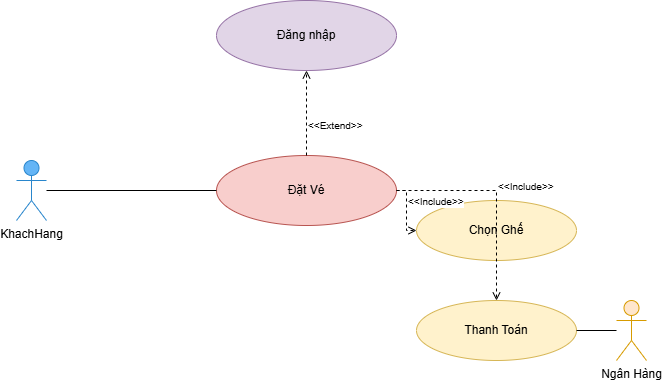
MinhVy1324/Booking_Film keeps this draw.io diagram as DIAGRAM/usecase-booking.png. Above is the earlier version. Source tidied: cells renumbered, new cells last; positions are measured from the earlier drawing's top-left corner, leaving out a move shared by most shapes.
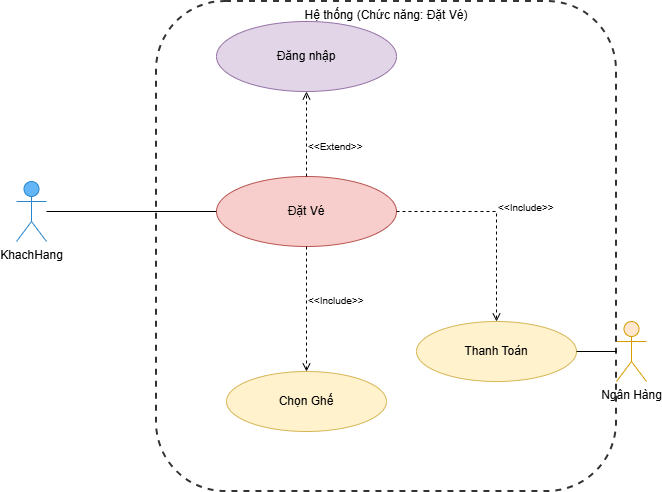
The same diagram one commit later.

The edit, as a diff of the source:
```diff
@@ -8,6 +8,9 @@
     <mxCell id="3" value="Ngân Hàng" style="shape=umlActor;verticalLabelPosition=bottom;verticalAlign=top;html=1;outlineConnect=0;fillColor=#ffe6cc;strokeColor=#d79b00;" parent="1" vertex="1">
       <mxGeometry x="600" y="300" width="30" height="60" as="geometry" />
     </mxCell>
+    <mxCell id="13" value="Hệ thống (Chức năng: Đặt Vé)" style="rounded=1;whiteSpace=wrap;html=1;dashed=1;strokeWidth=2;verticalAlign=top;fillColor=none;strokeColor=#333333;" parent="1" vertex="1">
+      <mxGeometry x="140" y="-20" width="460" height="490" as="geometry" />
+    </mxCell>
     <mxCell id="4" value="Đăng nhập" style="ellipse;whiteSpace=wrap;html=1;fillColor=#e1d5e7;strokeColor=#9673a6;" parent="1" vertex="1">
       <mxGeometry x="200" width="180" height="70" as="geometry" />
     </mxCell>
@@ -15,7 +18,7 @@
       <mxGeometry x="200" y="155" width="180" height="70" as="geometry" />
     </mxCell>
     <mxCell id="6" value="Chọn Ghế" style="ellipse;whiteSpace=wrap;html=1;fillColor=#fff2cc;strokeColor=#d6b656;" parent="1" vertex="1">
-      <mxGeometry x="400" y="200" width="160" height="60" as="geometry" />
+      <mxGeometry x="210" y="350" width="160" height="60" as="geometry" />
     </mxCell>
     <mxCell id="7" value="Thanh Toán" style="ellipse;whiteSpace=wrap;html=1;fillColor=#fff2cc;strokeColor=#d6b656;" parent="1" vertex="1">
       <mxGeometry x="400" y="300" width="160" height="60" as="geometry" />
```
